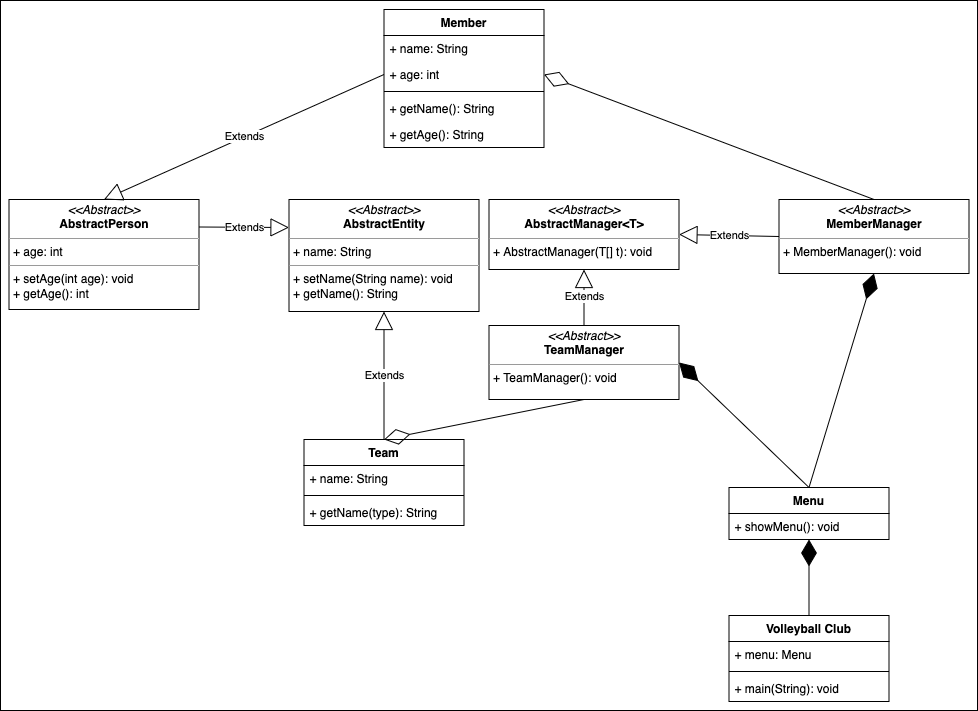
biankazieba/TBZ-Module-320 keeps this draw.io diagram as K05/UML.drawio.png. Above is the earlier version. Source tidied: cells renumbered, new cells last; positions are measured from the earlier drawing's top-left corner, leaving out a move shared by most shapes. Its diagram source:
```xml
<mxGraphModel>
  <root>
    <mxCell id="0" />
    <mxCell id="1" parent="0" />
    <mxCell id="2" style="html=1;" parent="1" vertex="1">
      <mxGeometry width="977" height="710" as="geometry" />
    </mxCell>
    <mxCell id="3" value="Volleyball Club" style="swimlane;fontStyle=1;align=center;verticalAlign=top;horizontal=1;startSize=26;" parent="1" vertex="1">
      <mxGeometry x="728.5" y="615" width="160" height="86" as="geometry" />
    </mxCell>
    <mxCell id="4" value="+ menu: Menu" style="text;strokeColor=none;fillColor=none;align=left;verticalAlign=top;spacingLeft=4;spacingRight=4;overflow=hidden;" parent="3" vertex="1">
      <mxGeometry y="26" width="160" height="26" as="geometry" />
    </mxCell>
    <mxCell id="5" style="line;strokeWidth=1;fillColor=none;align=left;verticalAlign=middle;spacingTop=-1;spacingLeft=3;spacingRight=3;labelPosition=right;" parent="3" vertex="1">
      <mxGeometry y="52" width="160" height="8" as="geometry" />
    </mxCell>
    <mxCell id="6" value="+ main(String): void" style="text;strokeColor=none;fillColor=none;align=left;verticalAlign=top;spacingLeft=4;spacingRight=4;overflow=hidden;" parent="3" vertex="1">
      <mxGeometry y="60" width="160" height="26" as="geometry" />
    </mxCell>
    <mxCell id="7" value="Team" style="swimlane;fontStyle=1;align=center;verticalAlign=top;horizontal=1;startSize=26;" parent="1" vertex="1">
      <mxGeometry x="303.5" y="439" width="160" height="86" as="geometry" />
    </mxCell>
    <mxCell id="8" value="+ name: String" style="text;strokeColor=none;fillColor=none;align=left;verticalAlign=top;spacingLeft=4;spacingRight=4;overflow=hidden;points=[[0,0.5],[1,0.5]];portConstraint=eastwest;" parent="7" vertex="1">
      <mxGeometry y="26" width="160" height="26" as="geometry" />
    </mxCell>
    <mxCell id="9" style="line;strokeWidth=1;fillColor=none;align=left;verticalAlign=middle;spacingTop=-1;spacingLeft=3;spacingRight=3;labelPosition=right;" parent="7" vertex="1">
      <mxGeometry y="52" width="160" height="8" as="geometry" />
    </mxCell>
    <mxCell id="10" value="+ getName(type): String" style="text;strokeColor=none;fillColor=none;align=left;verticalAlign=top;spacingLeft=4;spacingRight=4;overflow=hidden;" parent="7" vertex="1">
      <mxGeometry y="60" width="160" height="26" as="geometry" />
    </mxCell>
    <mxCell id="11" value="Member" style="swimlane;fontStyle=1;align=center;verticalAlign=top;horizontal=1;startSize=26;" parent="1" vertex="1">
      <mxGeometry x="383.5" y="9" width="160" height="138" as="geometry" />
    </mxCell>
    <mxCell id="12" value="+ name: String" style="text;strokeColor=none;fillColor=none;align=left;verticalAlign=top;spacingLeft=4;spacingRight=4;overflow=hidden;" parent="11" vertex="1">
      <mxGeometry y="26" width="160" height="26" as="geometry" />
    </mxCell>
    <mxCell id="13" value="+ age: int" style="text;strokeColor=none;fillColor=none;align=left;verticalAlign=top;spacingLeft=4;spacingRight=4;overflow=hidden;points=[[0,0.5],[1,0.5]];portConstraint=eastwest;" parent="11" vertex="1">
      <mxGeometry y="52" width="160" height="26" as="geometry" />
    </mxCell>
    <mxCell id="14" style="line;strokeWidth=1;fillColor=none;align=left;verticalAlign=middle;spacingTop=-1;spacingLeft=3;spacingRight=3;labelPosition=right;" parent="11" vertex="1">
      <mxGeometry y="78" width="160" height="8" as="geometry" />
    </mxCell>
    <mxCell id="15" value="+ getName(): String" style="text;strokeColor=none;fillColor=none;align=left;verticalAlign=top;spacingLeft=4;spacingRight=4;overflow=hidden;" parent="11" vertex="1">
      <mxGeometry y="86" width="160" height="26" as="geometry" />
    </mxCell>
    <mxCell id="16" value="+ getAge(): String" style="text;strokeColor=none;fillColor=none;align=left;verticalAlign=top;spacingLeft=4;spacingRight=4;overflow=hidden;points=[[0,0.5],[1,0.5]];portConstraint=eastwest;" parent="11" vertex="1">
      <mxGeometry y="112" width="160" height="26" as="geometry" />
    </mxCell>
    <mxCell id="17" value="Menu" style="swimlane;fontStyle=1;align=center;verticalAlign=top;horizontal=1;startSize=26;" parent="1" vertex="1">
      <mxGeometry x="728.5" y="487" width="160" height="52" as="geometry" />
    </mxCell>
    <mxCell id="18" value="+ showMenu(): void" style="text;strokeColor=none;fillColor=none;align=left;verticalAlign=top;spacingLeft=4;spacingRight=4;overflow=hidden;points=[[0,0.5],[1,0.5]];portConstraint=eastwest;" parent="17" vertex="1">
      <mxGeometry y="26" width="160" height="26" as="geometry" />
    </mxCell>
    <mxCell id="19" value="&lt;p style=&quot;margin: 0px ; margin-top: 4px ; text-align: center&quot;&gt;&lt;i&gt;&amp;lt;&amp;lt;Abstract&amp;gt;&amp;gt;&lt;/i&gt;&lt;br&gt;&lt;b&gt;AbstractEntity&lt;/b&gt;&lt;/p&gt;&lt;hr size=&quot;1&quot;&gt;&lt;p style=&quot;margin: 0px ; margin-left: 4px&quot;&gt;+ name: String&lt;/p&gt;&lt;hr size=&quot;1&quot;&gt;&lt;p style=&quot;margin: 0px ; margin-left: 4px&quot;&gt;+ setName(String name): void&lt;br&gt;+ getName(): String&lt;/p&gt;" style="verticalAlign=top;align=left;overflow=fill;fontSize=12;fontFamily=Helvetica;html=1;" parent="1" vertex="1">
      <mxGeometry x="288.5" y="199" width="190" height="112" as="geometry" />
    </mxCell>
    <mxCell id="20" value="&lt;p style=&quot;margin: 0px ; margin-top: 4px ; text-align: center&quot;&gt;&lt;i&gt;&amp;lt;&amp;lt;Abstract&amp;gt;&amp;gt;&lt;/i&gt;&lt;br&gt;&lt;b&gt;AbstractPerson&lt;/b&gt;&lt;/p&gt;&lt;hr size=&quot;1&quot;&gt;&lt;p style=&quot;margin: 0px ; margin-left: 4px&quot;&gt;+ age: int&lt;br&gt;&lt;/p&gt;&lt;hr size=&quot;1&quot;&gt;&lt;p style=&quot;margin: 0px ; margin-left: 4px&quot;&gt;+ setAge(int age): void&lt;br&gt;+ getAge(): int&lt;/p&gt;" style="verticalAlign=top;align=left;overflow=fill;fontSize=12;fontFamily=Helvetica;html=1;" parent="1" vertex="1">
      <mxGeometry x="8.5" y="199" width="190" height="110" as="geometry" />
    </mxCell>
    <mxCell id="21" value="Extends" style="endArrow=block;endSize=16;endFill=0;html=1;exitX=0;exitY=0.5;exitDx=0;exitDy=0;entryX=0.5;entryY=0;entryDx=0;entryDy=0;" parent="1" edge="1" source="13" target="20">
      <mxGeometry relative="1" as="geometry" />
    </mxCell>
    <mxCell id="22" value="Extends" style="endArrow=block;endSize=16;endFill=0;html=1;exitX=1;exitY=0.25;exitDx=0;exitDy=0;entryX=0;entryY=0.25;entryDx=0;entryDy=0;" parent="1" edge="1" source="20" target="19">
      <mxGeometry relative="1" as="geometry" />
    </mxCell>
    <mxCell id="23" value="Extends" style="endArrow=block;endSize=16;endFill=0;html=1;exitX=0.5;exitY=0;exitDx=0;exitDy=0;entryX=0.5;entryY=1;entryDx=0;entryDy=0;" parent="1" edge="1" source="7" target="19">
      <mxGeometry relative="1" as="geometry" />
    </mxCell>
    <mxCell id="24" value="&lt;p style=&quot;margin: 0px ; margin-top: 4px ; text-align: center&quot;&gt;&lt;i&gt;&amp;lt;&amp;lt;Abstract&amp;gt;&amp;gt;&lt;/i&gt;&lt;br&gt;&lt;b&gt;AbstractManager&amp;lt;T&amp;gt;&lt;/b&gt;&lt;/p&gt;&lt;hr size=&quot;1&quot;&gt;&lt;p style=&quot;margin: 0px ; margin-left: 4px&quot;&gt;+ AbstractManager(T[] t): void&lt;/p&gt;" style="verticalAlign=top;align=left;overflow=fill;fontSize=12;fontFamily=Helvetica;html=1;" parent="1" vertex="1">
      <mxGeometry x="488.5" y="199" width="190" height="70" as="geometry" />
    </mxCell>
    <mxCell id="25" value="&lt;p style=&quot;margin: 0px ; margin-top: 4px ; text-align: center&quot;&gt;&lt;i&gt;&amp;lt;&amp;lt;Abstract&amp;gt;&amp;gt;&lt;/i&gt;&lt;br&gt;&lt;b&gt;MemberManager&lt;/b&gt;&lt;/p&gt;&lt;hr size=&quot;1&quot;&gt;&lt;p style=&quot;margin: 0px ; margin-left: 4px&quot;&gt;+ MemberManager(): void&lt;/p&gt;" style="verticalAlign=top;align=left;overflow=fill;fontSize=12;fontFamily=Helvetica;html=1;" parent="1" vertex="1">
      <mxGeometry x="778.5" y="199" width="190" height="74" as="geometry" />
    </mxCell>
    <mxCell id="26" value="&lt;p style=&quot;margin: 0px ; margin-top: 4px ; text-align: center&quot;&gt;&lt;i&gt;&amp;lt;&amp;lt;Abstract&amp;gt;&amp;gt;&lt;/i&gt;&lt;br&gt;&lt;b&gt;TeamManager&lt;/b&gt;&lt;/p&gt;&lt;hr size=&quot;1&quot;&gt;&lt;p style=&quot;margin: 0px ; margin-left: 4px&quot;&gt;&lt;span&gt;+ TeamManager(): void&lt;/span&gt;&lt;/p&gt;" style="verticalAlign=top;align=left;overflow=fill;fontSize=12;fontFamily=Helvetica;html=1;" parent="1" vertex="1">
      <mxGeometry x="488.5" y="325" width="190" height="74" as="geometry" />
    </mxCell>
    <mxCell id="27" value="Extends" style="endArrow=block;endSize=16;endFill=0;html=1;exitX=0.5;exitY=0;exitDx=0;exitDy=0;entryX=0.5;entryY=1;entryDx=0;entryDy=0;" parent="1" edge="1" source="26" target="24">
      <mxGeometry relative="1" as="geometry" />
    </mxCell>
    <mxCell id="28" value="Extends" style="endArrow=block;endSize=16;endFill=0;html=1;exitX=0;exitY=0.5;exitDx=0;exitDy=0;entryX=1;entryY=0.5;entryDx=0;entryDy=0;" parent="1" edge="1" source="25" target="24">
      <mxGeometry relative="1" as="geometry" />
    </mxCell>
    <mxCell id="29" style="endArrow=diamondThin;endFill=0;endSize=24;html=1;entryX=1;entryY=0.5;entryDx=0;entryDy=0;exitX=0.5;exitY=0;exitDx=0;exitDy=0;" parent="1" edge="1" source="25" target="13">
      <mxGeometry relative="1" as="geometry" />
    </mxCell>
    <mxCell id="30" style="endArrow=diamondThin;endFill=0;endSize=24;html=1;entryX=0.5;entryY=0;entryDx=0;entryDy=0;exitX=0.5;exitY=1;exitDx=0;exitDy=0;" parent="1" edge="1" source="26" target="7">
      <mxGeometry relative="1" as="geometry" />
    </mxCell>
    <mxCell id="31" style="endArrow=diamondThin;endFill=1;endSize=24;html=1;entryX=0.5;entryY=1;entryDx=0;entryDy=0;exitX=0.5;exitY=0;exitDx=0;exitDy=0;" parent="1" edge="1" source="17" target="25">
      <mxGeometry relative="1" as="geometry" />
    </mxCell>
    <mxCell id="32" style="endArrow=diamondThin;endFill=1;endSize=24;html=1;entryX=1;entryY=0.5;entryDx=0;entryDy=0;exitX=0.5;exitY=0;exitDx=0;exitDy=0;" parent="1" edge="1" source="17" target="26">
      <mxGeometry relative="1" as="geometry" />
    </mxCell>
    <mxCell id="33" style="endArrow=diamondThin;endFill=1;endSize=24;html=1;exitX=0.5;exitY=0;exitDx=0;exitDy=0;" parent="1" edge="1" source="3" target="18">
      <mxGeometry relative="1" as="geometry" />
    </mxCell>
  </root>
</mxGraphModel>
```
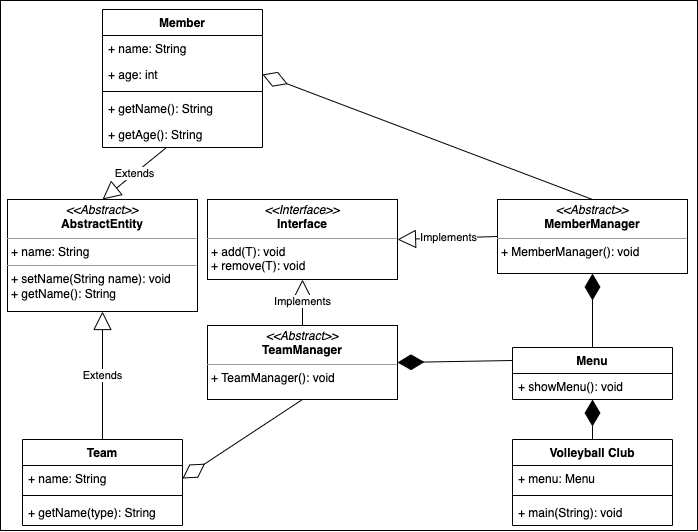
After the change.

What changed in the source:
```diff
@@ -3,10 +3,10 @@
     <mxCell id="0" />
     <mxCell id="1" parent="0" />
     <mxCell id="2" style="html=1;" parent="1" vertex="1">
-      <mxGeometry width="977" height="710" as="geometry" />
+      <mxGeometry x="281.5" width="697" height="530" as="geometry" />
     </mxCell>
     <mxCell id="3" value="Volleyball Club" style="swimlane;fontStyle=1;align=center;verticalAlign=top;horizontal=1;startSize=26;" parent="1" vertex="1">
-      <mxGeometry x="728.5" y="615" width="160" height="86" as="geometry" />
+      <mxGeometry x="793.5" y="439" width="160" height="86" as="geometry" />
     </mxCell>
     <mxCell id="4" value="+ menu: Menu" style="text;strokeColor=none;fillColor=none;align=left;verticalAlign=top;spacingLeft=4;spacingRight=4;overflow=hidden;" parent="3" vertex="1">
       <mxGeometry y="26" width="160" height="26" as="geometry" />
@@ -48,7 +48,7 @@
       <mxGeometry y="112" width="160" height="26" as="geometry" />
     </mxCell>
     <mxCell id="17" value="Menu" style="swimlane;fontStyle=1;align=center;verticalAlign=top;horizontal=1;startSize=26;" parent="1" vertex="1">
-      <mxGeometry x="728.5" y="487" width="160" height="52" as="geometry" />
+      <mxGeometry x="793.5" y="347" width="160" height="52" as="geometry" />
     </mxCell>
     <mxCell id="18" value="+ showMenu(): void" style="text;strokeColor=none;fillColor=none;align=left;verticalAlign=top;spacingLeft=4;spacingRight=4;overflow=hidden;points=[[0,0.5],[1,0.5]];portConstraint=eastwest;" parent="17" vertex="1">
       <mxGeometry y="26" width="160" height="26" as="geometry" />
@@ -56,47 +56,41 @@
     <mxCell id="19" value="&lt;p style=&quot;margin: 0px ; margin-top: 4px ; text-align: center&quot;&gt;&lt;i&gt;&amp;lt;&amp;lt;Abstract&amp;gt;&amp;gt;&lt;/i&gt;&lt;br&gt;&lt;b&gt;AbstractEntity&lt;/b&gt;&lt;/p&gt;&lt;hr size=&quot;1&quot;&gt;&lt;p style=&quot;margin: 0px ; margin-left: 4px&quot;&gt;+ name: String&lt;/p&gt;&lt;hr size=&quot;1&quot;&gt;&lt;p style=&quot;margin: 0px ; margin-left: 4px&quot;&gt;+ setName(String name): void&lt;br&gt;+ getName(): String&lt;/p&gt;" style="verticalAlign=top;align=left;overflow=fill;fontSize=12;fontFamily=Helvetica;html=1;" parent="1" vertex="1">
       <mxGeometry x="288.5" y="199" width="190" height="112" as="geometry" />
     </mxCell>
-    <mxCell id="20" value="&lt;p style=&quot;margin: 0px ; margin-top: 4px ; text-align: center&quot;&gt;&lt;i&gt;&amp;lt;&amp;lt;Abstract&amp;gt;&amp;gt;&lt;/i&gt;&lt;br&gt;&lt;b&gt;AbstractPerson&lt;/b&gt;&lt;/p&gt;&lt;hr size=&quot;1&quot;&gt;&lt;p style=&quot;margin: 0px ; margin-left: 4px&quot;&gt;+ age: int&lt;br&gt;&lt;/p&gt;&lt;hr size=&quot;1&quot;&gt;&lt;p style=&quot;margin: 0px ; margin-left: 4px&quot;&gt;+ setAge(int age): void&lt;br&gt;+ getAge(): int&lt;/p&gt;" style="verticalAlign=top;align=left;overflow=fill;fontSize=12;fontFamily=Helvetica;html=1;" parent="1" vertex="1">
-      <mxGeometry x="8.5" y="199" width="190" height="110" as="geometry" />
-    </mxCell>
-    <mxCell id="21" value="Extends" style="endArrow=block;endSize=16;endFill=0;html=1;exitX=0;exitY=0.5;exitDx=0;exitDy=0;entryX=0.5;entryY=0;entryDx=0;entryDy=0;" parent="1" edge="1" source="13" target="20">
+    <mxCell id="21" value="Extends" style="endArrow=block;endSize=16;endFill=0;html=1;entryX=0.5;entryY=0;entryDx=0;entryDy=0;" parent="1" edge="1" source="16" target="19">
       <mxGeometry relative="1" as="geometry" />
     </mxCell>
-    <mxCell id="22" value="Extends" style="endArrow=block;endSize=16;endFill=0;html=1;exitX=1;exitY=0.25;exitDx=0;exitDy=0;entryX=0;entryY=0.25;entryDx=0;entryDy=0;" parent="1" edge="1" source="20" target="19">
-      <mxGeometry relative="1" as="geometry" />
-    </mxCell>
     <mxCell id="23" value="Extends" style="endArrow=block;endSize=16;endFill=0;html=1;exitX=0.5;exitY=0;exitDx=0;exitDy=0;entryX=0.5;entryY=1;entryDx=0;entryDy=0;" parent="1" edge="1" source="7" target="19">
       <mxGeometry relative="1" as="geometry" />
     </mxCell>
-    <mxCell id="24" value="&lt;p style=&quot;margin: 0px ; margin-top: 4px ; text-align: center&quot;&gt;&lt;i&gt;&amp;lt;&amp;lt;Abstract&amp;gt;&amp;gt;&lt;/i&gt;&lt;br&gt;&lt;b&gt;AbstractManager&amp;lt;T&amp;gt;&lt;/b&gt;&lt;/p&gt;&lt;hr size=&quot;1&quot;&gt;&lt;p style=&quot;margin: 0px ; margin-left: 4px&quot;&gt;+ AbstractManager(T[] t): void&lt;/p&gt;" style="verticalAlign=top;align=left;overflow=fill;fontSize=12;fontFamily=Helvetica;html=1;" parent="1" vertex="1">
-      <mxGeometry x="488.5" y="199" width="190" height="70" as="geometry" />
-    </mxCell>
     <mxCell id="25" value="&lt;p style=&quot;margin: 0px ; margin-top: 4px ; text-align: center&quot;&gt;&lt;i&gt;&amp;lt;&amp;lt;Abstract&amp;gt;&amp;gt;&lt;/i&gt;&lt;br&gt;&lt;b&gt;MemberManager&lt;/b&gt;&lt;/p&gt;&lt;hr size=&quot;1&quot;&gt;&lt;p style=&quot;margin: 0px ; margin-left: 4px&quot;&gt;+ MemberManager(): void&lt;/p&gt;" style="verticalAlign=top;align=left;overflow=fill;fontSize=12;fontFamily=Helvetica;html=1;" parent="1" vertex="1">
       <mxGeometry x="778.5" y="199" width="190" height="74" as="geometry" />
     </mxCell>
     <mxCell id="26" value="&lt;p style=&quot;margin: 0px ; margin-top: 4px ; text-align: center&quot;&gt;&lt;i&gt;&amp;lt;&amp;lt;Abstract&amp;gt;&amp;gt;&lt;/i&gt;&lt;br&gt;&lt;b&gt;TeamManager&lt;/b&gt;&lt;/p&gt;&lt;hr size=&quot;1&quot;&gt;&lt;p style=&quot;margin: 0px ; margin-left: 4px&quot;&gt;&lt;span&gt;+ TeamManager(): void&lt;/span&gt;&lt;/p&gt;" style="verticalAlign=top;align=left;overflow=fill;fontSize=12;fontFamily=Helvetica;html=1;" parent="1" vertex="1">
       <mxGeometry x="488.5" y="325" width="190" height="74" as="geometry" />
     </mxCell>
-    <mxCell id="27" value="Extends" style="endArrow=block;endSize=16;endFill=0;html=1;exitX=0.5;exitY=0;exitDx=0;exitDy=0;entryX=0.5;entryY=1;entryDx=0;entryDy=0;" parent="1" edge="1" source="26" target="24">
-      <mxGeometry relative="1" as="geometry" />
+    <mxCell id="27" value="Implements" style="endArrow=block;endSize=16;endFill=0;html=1;exitX=0.5;exitY=0;exitDx=0;exitDy=0;entryX=0.5;entryY=1;entryDx=0;entryDy=0;" parent="1" edge="1" source="26" target="34">
+      <mxGeometry x="0.01" relative="1" as="geometry" />
     </mxCell>
-    <mxCell id="28" value="Extends" style="endArrow=block;endSize=16;endFill=0;html=1;exitX=0;exitY=0.5;exitDx=0;exitDy=0;entryX=1;entryY=0.5;entryDx=0;entryDy=0;" parent="1" edge="1" source="25" target="24">
-      <mxGeometry relative="1" as="geometry" />
+    <mxCell id="28" value="Implements" style="endArrow=block;endSize=16;endFill=0;html=1;exitX=0;exitY=0.5;exitDx=0;exitDy=0;entryX=1;entryY=0.5;entryDx=0;entryDy=0;" parent="1" edge="1" source="25" target="34">
+      <mxGeometry x="-0.01" relative="1" as="geometry" />
     </mxCell>
     <mxCell id="29" style="endArrow=diamondThin;endFill=0;endSize=24;html=1;entryX=1;entryY=0.5;entryDx=0;entryDy=0;exitX=0.5;exitY=0;exitDx=0;exitDy=0;" parent="1" edge="1" source="25" target="13">
       <mxGeometry relative="1" as="geometry" />
     </mxCell>
-    <mxCell id="30" style="endArrow=diamondThin;endFill=0;endSize=24;html=1;entryX=0.5;entryY=0;entryDx=0;entryDy=0;exitX=0.5;exitY=1;exitDx=0;exitDy=0;" parent="1" edge="1" source="26" target="7">
+    <mxCell id="30" style="endArrow=diamondThin;endFill=0;endSize=24;html=1;entryX=1;entryY=0.5;entryDx=0;entryDy=0;exitX=0.5;exitY=1;exitDx=0;exitDy=0;" parent="1" edge="1" source="26" target="8">
       <mxGeometry relative="1" as="geometry" />
     </mxCell>
     <mxCell id="31" style="endArrow=diamondThin;endFill=1;endSize=24;html=1;entryX=0.5;entryY=1;entryDx=0;entryDy=0;exitX=0.5;exitY=0;exitDx=0;exitDy=0;" parent="1" edge="1" source="17" target="25">
       <mxGeometry relative="1" as="geometry" />
     </mxCell>
-    <mxCell id="32" style="endArrow=diamondThin;endFill=1;endSize=24;html=1;entryX=1;entryY=0.5;entryDx=0;entryDy=0;exitX=0.5;exitY=0;exitDx=0;exitDy=0;" parent="1" edge="1" source="17" target="26">
+    <mxCell id="32" style="endArrow=diamondThin;endFill=1;endSize=24;html=1;entryX=1;entryY=0.5;entryDx=0;entryDy=0;exitX=0;exitY=0.25;exitDx=0;exitDy=0;" parent="1" edge="1" source="17" target="26">
       <mxGeometry relative="1" as="geometry" />
     </mxCell>
     <mxCell id="33" style="endArrow=diamondThin;endFill=1;endSize=24;html=1;exitX=0.5;exitY=0;exitDx=0;exitDy=0;" parent="1" edge="1" source="3" target="18">
       <mxGeometry relative="1" as="geometry" />
     </mxCell>
+    <mxCell id="34" value="&lt;p style=&quot;margin:0px;margin-top:4px;text-align:center;&quot;&gt;&lt;i&gt;&amp;lt;&amp;lt;Interface&amp;gt;&amp;gt;&lt;/i&gt;&lt;br&gt;&lt;b&gt;Interface&lt;/b&gt;&lt;/p&gt;&lt;hr size=&quot;1&quot;&gt;&lt;p style=&quot;margin:0px;margin-left:4px;&quot;&gt;+ add(T): void&lt;br&gt;+ remove(T): void&lt;/p&gt;" style="verticalAlign=top;align=left;overflow=fill;fontSize=12;fontFamily=Helvetica;html=1;" parent="1" vertex="1">
+      <mxGeometry x="488.5" y="199" width="190" height="80" as="geometry" />
+    </mxCell>
   </root>
 </mxGraphModel>
```
